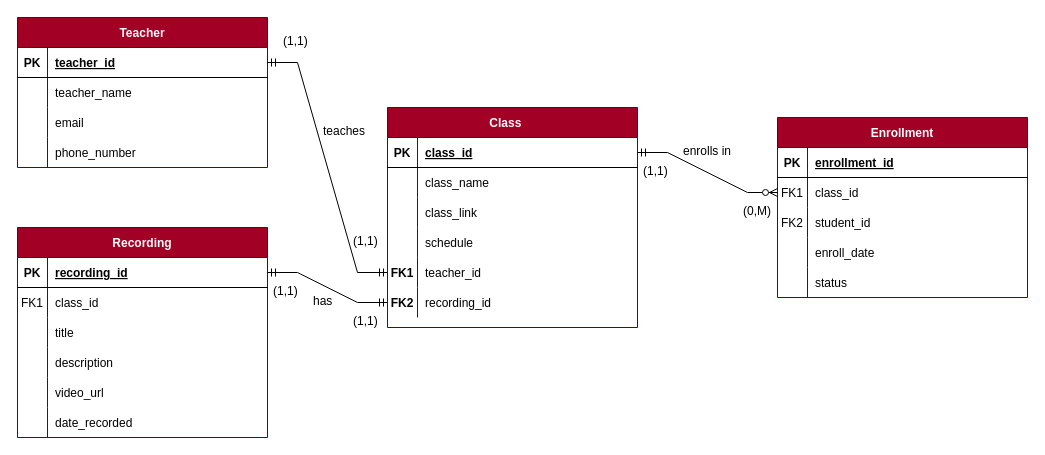
Above: CMT221_Assignment.drawio in EzraChai/CMT221-Assignment (draw.io), before the change. Source tidied: cells renumbered, new cells numbered last; positions are measured from the earlier drawing's top-left corner, leaving out a move shared by most shapes. Both pictures are drawn from the tidied source at 100%, with x=0, y=0 at pixel (17, 17).
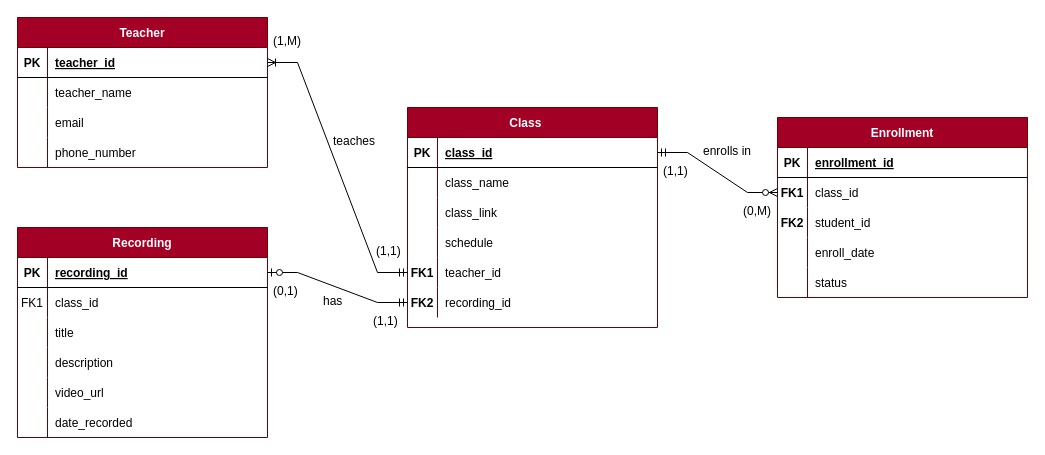
After the change.

The change refers to these unchanged cells:
```xml
<mxCell id="6" style="shape=partialRectangle;fillColor=none;points=[[0,0.5],[1,0.5]];portConstraint=eastwest;top=0;left=0;right=0;bottom=0;" parent="2" vertex="1">
  <mxGeometry y="60" width="250" height="30" as="geometry" />
</mxCell>
<mxCell id="9" style="shape=partialRectangle;fillColor=none;top=0;left=0;right=0;bottom=0;" parent="2" vertex="1">
  <mxGeometry y="90" width="250" height="30" as="geometry" />
</mxCell>
<mxCell id="19" style="shape=partialRectangle;fillColor=none;points=[[0,0.5],[1,0.5]];portConstraint=eastwest;top=0;left=0;right=0;bottom=1;" parent="18" vertex="1">
  <mxGeometry y="30" width="250" height="30" as="geometry" />
</mxCell>
<mxCell id="44" style="shape=partialRectangle;fillColor=none;points=[[0,0.5],[1,0.5]];portConstraint=eastwest;top=0;left=0;right=0;bottom=0;" parent="31" vertex="1">
  <mxGeometry y="150" width="250" height="30" as="geometry" />
</mxCell>
<mxCell id="47" style="shape=partialRectangle;fillColor=none;points=[[0,0.5],[1,0.5]];portConstraint=eastwest;top=0;left=0;right=0;bottom=0;" parent="31" vertex="1">
  <mxGeometry y="180" width="250" height="30" as="geometry" />
</mxCell>
<mxCell id="51" style="shape=partialRectangle;fillColor=none;points=[[0,0.5],[1,0.5]];portConstraint=eastwest;top=0;left=0;right=0;bottom=1;" parent="50" vertex="1">
  <mxGeometry y="30" width="250" height="30" as="geometry" />
</mxCell>
```

What changed in the source:
```diff
@@
-    <mxCell id="7" value="FK1" style="shape=partialRectangle;overflow=hidden;fillColor=none;top=0;left=0;bottom=0;right=0;" parent="6" vertex="1">
+    <mxCell id="7" value="FK1" style="shape=partialRectangle;overflow=hidden;fillColor=none;top=0;left=0;bottom=0;right=0;fontStyle=1;" parent="6" vertex="1">
       <mxGeometry width="30" height="30" as="geometry" />
     </mxCell>
@@
-    <mxCell id="10" value="FK2" style="shape=partialRectangle;overflow=hidden;fillColor=none;top=0;left=0;bottom=0;right=0;" parent="9" vertex="1">
+    <mxCell id="10" value="FK2" style="shape=partialRectangle;overflow=hidden;fillColor=none;top=0;left=0;bottom=0;right=0;fontStyle=1;" parent="9" vertex="1">
       <mxGeometry width="30" height="30" as="geometry" />
     </mxCell>
@@
     <mxCell id="31" value="Class    " style="shape=table;startSize=30;childLayout=tableLayout;rowLines=0;fontStyle=1;align=center;fillColor=#a20025;fontColor=#ffffff;strokeColor=#6F0000;" parent="1" vertex="1">
-      <mxGeometry x="370" y="90" width="250" height="220" as="geometry" />
+      <mxGeometry x="390" y="90" width="250" height="220" as="geometry" />
     </mxCell>
@@
-    <mxCell id="69" style="edgeStyle=entityRelationEdgeStyle;fontSize=12;html=1;endArrow=ERmandOne;startArrow=ERmandOne;rounded=0;entryX=0;entryY=0.5;entryDx=0;entryDy=0;exitX=1;exitY=0.5;exitDx=0;exitDy=0;" parent="1" edge="1" source="51" target="47">
-      <mxGeometry relative="1" as="geometry" />
-    </mxCell>
     <mxCell id="70" value="teaches" style="text;strokeColor=none;fillColor=none;spacingLeft=4;spacingRight=4;overflow=hidden;fontSize=12;whiteSpace=wrap;html=1;" parent="1" vertex="1">
-      <mxGeometry x="300" y="100" width="60" height="30" as="geometry" />
+      <mxGeometry x="310" y="110" width="60" height="30" as="geometry" />
     </mxCell>
-    <mxCell id="71" value="(1,1)" style="text;strokeColor=none;fillColor=none;spacingLeft=4;spacingRight=4;overflow=hidden;fontSize=12;whiteSpace=wrap;html=1;" parent="1" vertex="1">
-      <mxGeometry x="260" y="10" width="60" height="30" as="geometry" />
+    <mxCell id="71" value="(1,M)" style="text;strokeColor=none;fillColor=none;spacingLeft=4;spacingRight=4;overflow=hidden;fontSize=12;whiteSpace=wrap;html=1;" parent="1" vertex="1">
+      <mxGeometry x="250" y="10" width="60" height="30" as="geometry" />
     </mxCell>
-    <mxCell id="72" style="edgeStyle=entityRelationEdgeStyle;fontSize=12;html=1;endArrow=ERmandOne;startArrow=ERmandOne;rounded=0;entryX=0;entryY=0.5;entryDx=0;entryDy=0;exitX=1;exitY=0.5;exitDx=0;exitDy=0;" parent="1" edge="1" source="19" target="44">
-      <mxGeometry relative="1" as="geometry" />
-    </mxCell>
     <mxCell id="73" value="(1,1)" style="text;strokeColor=none;fillColor=none;spacingLeft=4;spacingRight=4;overflow=hidden;fontSize=12;whiteSpace=wrap;html=1;" parent="1" vertex="1">
-      <mxGeometry x="330" y="210" width="60" height="30" as="geometry" />
+      <mxGeometry x="353" y="220" width="60" height="30" as="geometry" />
     </mxCell>
     <mxCell id="74" value="(1,1)" style="text;strokeColor=none;fillColor=none;spacingLeft=4;spacingRight=4;overflow=hidden;fontSize=12;whiteSpace=wrap;html=1;" parent="1" vertex="1">
-      <mxGeometry x="330" y="290" width="60" height="30" as="geometry" />
+      <mxGeometry x="350" y="290" width="60" height="30" as="geometry" />
     </mxCell>
-    <mxCell id="75" value="(1,1)" style="text;strokeColor=none;fillColor=none;spacingLeft=4;spacingRight=4;overflow=hidden;fontSize=12;whiteSpace=wrap;html=1;" parent="1" vertex="1">
+    <mxCell id="75" value="(0,1)" style="text;strokeColor=none;fillColor=none;spacingLeft=4;spacingRight=4;overflow=hidden;fontSize=12;whiteSpace=wrap;html=1;" parent="1" vertex="1">
       <mxGeometry x="250" y="260" width="60" height="30" as="geometry" />
     </mxCell>
     <mxCell id="76" value="has" style="text;strokeColor=none;fillColor=none;spacingLeft=4;spacingRight=4;overflow=hidden;fontSize=12;whiteSpace=wrap;html=1;" parent="1" vertex="1">
-      <mxGeometry x="290" y="270" width="60" height="30" as="geometry" />
+      <mxGeometry x="300" y="270" width="60" height="30" as="geometry" />
     </mxCell>
     <mxCell id="77" value="(0,M)" style="text;strokeColor=none;fillColor=none;spacingLeft=4;spacingRight=4;overflow=hidden;fontSize=12;whiteSpace=wrap;html=1;" parent="1" vertex="1">
-      <mxGeometry x="720" y="180" width="60" height="30" as="geometry" />
+      <mxGeometry x="720" y="180" width="40" height="30" as="geometry" />
     </mxCell>
     <mxCell id="78" value="(1,1)" style="text;strokeColor=none;fillColor=none;spacingLeft=4;spacingRight=4;overflow=hidden;fontSize=12;whiteSpace=wrap;html=1;" parent="1" vertex="1">
-      <mxGeometry x="620" y="140" width="60" height="30" as="geometry" />
+      <mxGeometry x="640" y="140" width="60" height="30" as="geometry" />
     </mxCell>
@@
     <mxCell id="80" value="enrolls in" style="text;strokeColor=none;fillColor=none;spacingLeft=4;spacingRight=4;overflow=hidden;fontSize=12;whiteSpace=wrap;html=1;" parent="1" vertex="1">
-      <mxGeometry x="660" y="120" width="60" height="30" as="geometry" />
+      <mxGeometry x="680" y="120" width="60" height="30" as="geometry" />
     </mxCell>
+    <mxCell id="81" style="edgeStyle=entityRelationEdgeStyle;fontSize=12;html=1;endArrow=ERzeroToOne;startArrow=ERmandOne;rounded=0;exitX=0;exitY=0.5;exitDx=0;exitDy=0;entryX=1;entryY=0.5;entryDx=0;entryDy=0;" parent="1" edge="1" source="47" target="51">
+      <mxGeometry relative="1" as="geometry" />
+    </mxCell>
+    <mxCell id="82" style="edgeStyle=entityRelationEdgeStyle;fontSize=12;html=1;endArrow=ERoneToMany;startArrow=ERmandOne;rounded=0;exitX=0;exitY=0.5;exitDx=0;exitDy=0;entryX=1;entryY=0.5;entryDx=0;entryDy=0;" parent="1" edge="1" source="44" target="19">
+      <mxGeometry relative="1" as="geometry" />
+    </mxCell>
```
